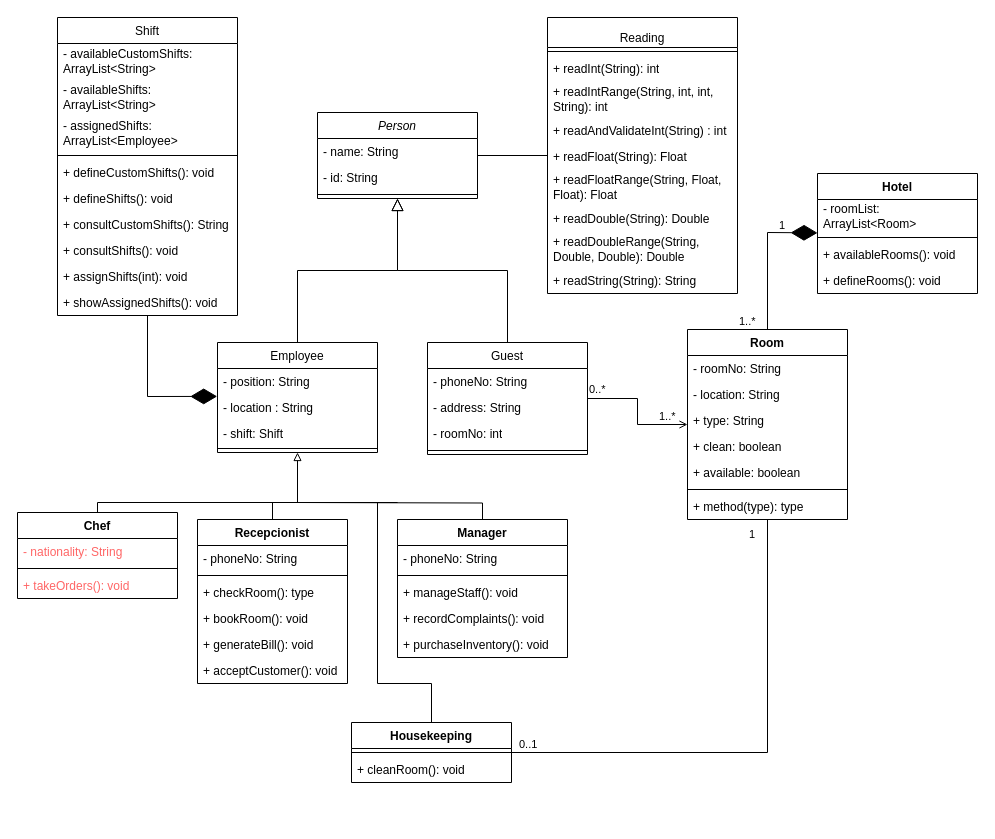
The draw.io diagram files/HotelFollowers.drawio in mesasg/HotelTecnicas, before the edit. Source tidied: cells renumbered, new cells numbered last; positions are measured from the earlier drawing's top-left corner, leaving out a move shared by most shapes. Both pictures are drawn from the tidied source at 100%, with x=0, y=0 at pixel (17, 17).
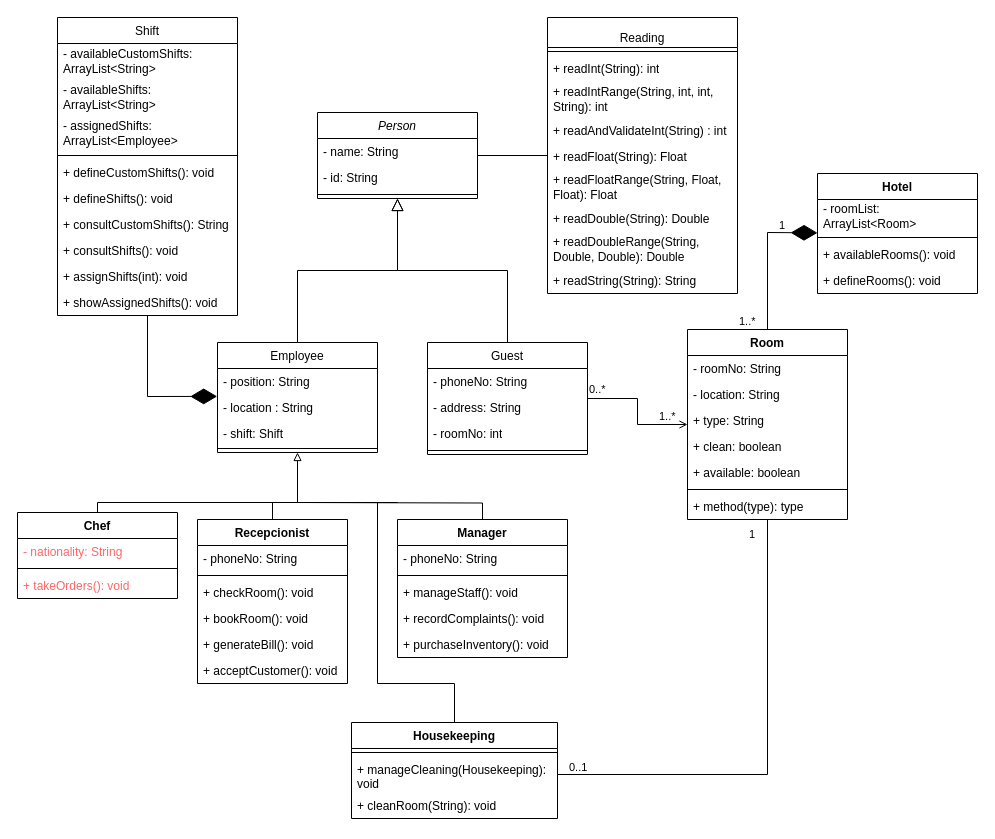
The same diagram, later.

Commit message (it also covers changes not shown here):
Corrección de errores en Housekeeping y actualizado UML

Unchanged cells that the change refers to:
```xml
<mxCell id="59" value="Recepcionist" style="swimlane;fontStyle=1;align=center;verticalAlign=top;horizontal=1;startSize=26;whiteSpace=wrap;html=1;" parent="1" vertex="1">
  <mxGeometry x="180" y="502" width="150" height="164" as="geometry" />
</mxCell>
<mxCell id="66" value="Room" style="swimlane;fontStyle=1;align=center;verticalAlign=top;horizontal=1;startSize=26;whiteSpace=wrap;html=1;" parent="1" vertex="1">
  <mxGeometry x="670" y="312" width="160" height="190" as="geometry" />
</mxCell>
```

What changed in the source:
```diff
@@
     <mxCell id="47" value="Housekeeping" style="swimlane;fontStyle=1;align=center;verticalAlign=top;horizontal=1;startSize=26;whiteSpace=wrap;html=1;" parent="1" vertex="1">
-      <mxGeometry x="334" y="705" width="160" height="60" as="geometry" />
+      <mxGeometry x="334" y="705" width="206" height="96" as="geometry" />
     </mxCell>
     <mxCell id="48" style="line;strokeWidth=1;fillColor=none;align=left;verticalAlign=middle;spacingTop=-1;spacingLeft=3;spacingRight=3;labelPosition=right;points=[];portConstraint=eastwest;strokeColor=inherit;" parent="47" vertex="1">
-      <mxGeometry y="26" width="160" height="8" as="geometry" />
+      <mxGeometry y="26" width="206" height="8" as="geometry" />
     </mxCell>
+    <mxCell id="87" value="+ manageCleaning(Housekeeping): void" style="text;strokeColor=none;fillColor=none;align=left;verticalAlign=top;spacingLeft=4;spacingRight=4;overflow=hidden;points=[[0,0.5],[1,0.5]];portConstraint=eastwest;whiteSpace=wrap;html=1;" parent="47" vertex="1">
+      <mxGeometry y="34" width="206" height="36" as="geometry" />
+    </mxCell>
-    <mxCell id="49" value="+ cleanRoom(): void" style="text;strokeColor=none;fillColor=none;align=left;verticalAlign=top;spacingLeft=4;spacingRight=4;overflow=hidden;whiteSpace=wrap;html=1;" parent="47" vertex="1">
-      <mxGeometry y="34" width="160" height="26" as="geometry" />
+    <mxCell id="49" value="+ cleanRoom(String): void" style="text;strokeColor=none;fillColor=none;align=left;verticalAlign=top;spacingLeft=4;spacingRight=4;overflow=hidden;whiteSpace=wrap;html=1;" parent="47" vertex="1">
+      <mxGeometry y="70" width="206" height="26" as="geometry" />
     </mxCell>
@@
-    <mxCell id="62" value="+ checkRoom(): type" style="text;strokeColor=none;fillColor=none;align=left;verticalAlign=top;spacingLeft=4;spacingRight=4;overflow=hidden;whiteSpace=wrap;html=1;" parent="59" vertex="1">
+    <mxCell id="62" value="+ checkRoom(): void" style="text;strokeColor=none;fillColor=none;align=left;verticalAlign=top;spacingLeft=4;spacingRight=4;overflow=hidden;whiteSpace=wrap;html=1;" parent="59" vertex="1">
       <mxGeometry y="60" width="150" height="26" as="geometry" />
     </mxCell>
@@
-    <mxCell id="82" style="edgeStyle=orthogonalEdgeStyle;rounded=0;jettySize=auto;html=1;endArrow=none;endFill=0;" parent="1" edge="1" source="48" target="66">
+    <mxCell id="82" style="edgeStyle=orthogonalEdgeStyle;rounded=0;jettySize=auto;html=1;endArrow=none;endFill=0;exitX=1;exitY=0.5;exitDx=0;exitDy=0;" parent="1" edge="1" source="87" target="66">
       <mxGeometry relative="1" as="geometry" />
     </mxCell>
@@
     <mxCell id="85" value="0..1" style="edgeLabel;html=1;align=left;verticalAlign=bottom;labelBackgroundColor=none;" parent="1" vertex="1">
-      <mxGeometry x="500" y="735" as="geometry" />
+      <mxGeometry x="550" y="758" as="geometry" />
     </mxCell>
```
